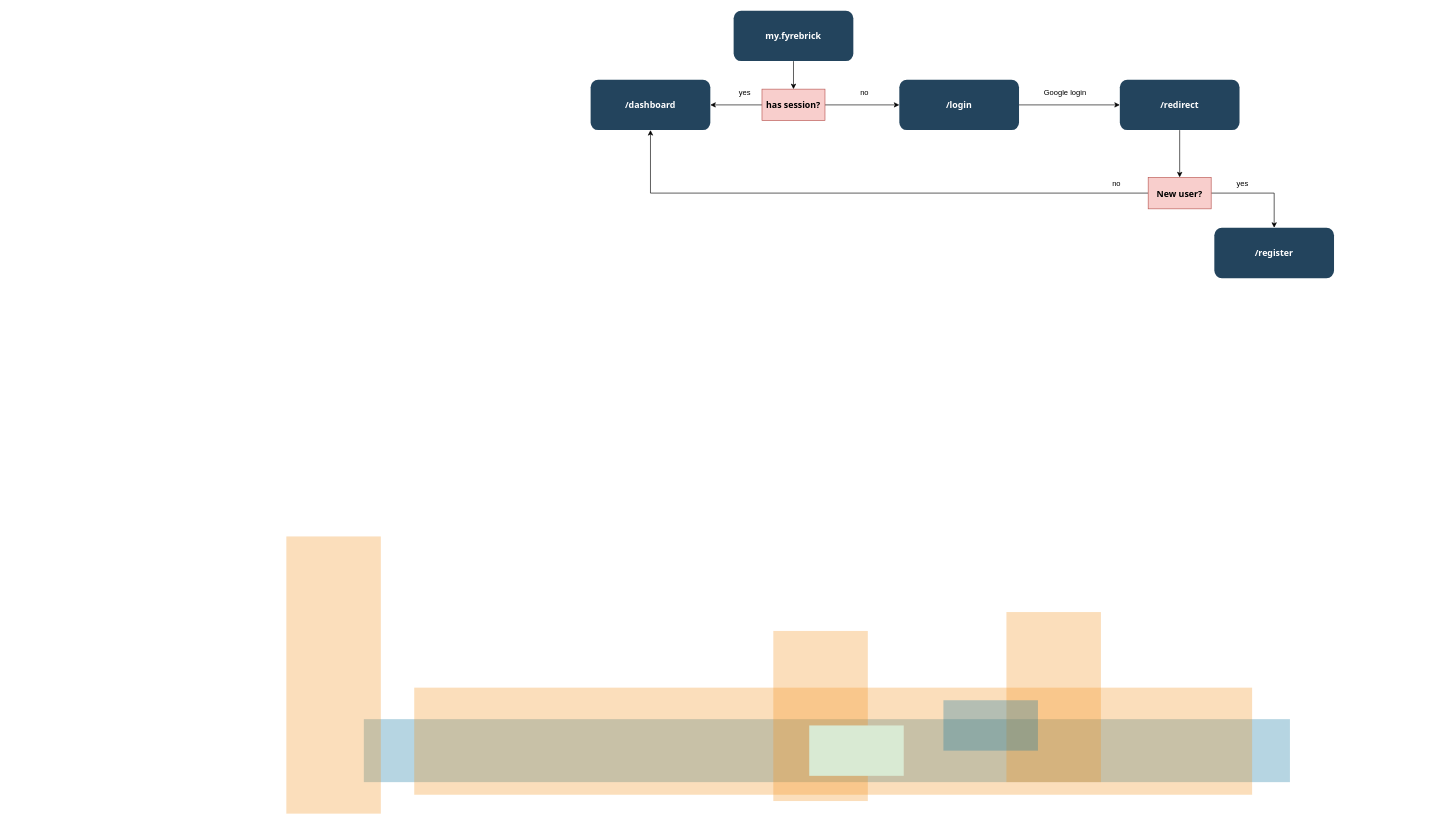
Earlier version of the draw.io diagram public/images/fyrebrick-map.drawio (fyrebrick/fyrebrick). Source tidied: cells renumbered, new cells numbered last; positions are measured from the earlier drawing's top-left corner, leaving out a move shared by most shapes. Both pictures are drawn from the tidied source at 63%, with x=0, y=0 at pixel (286, 11).
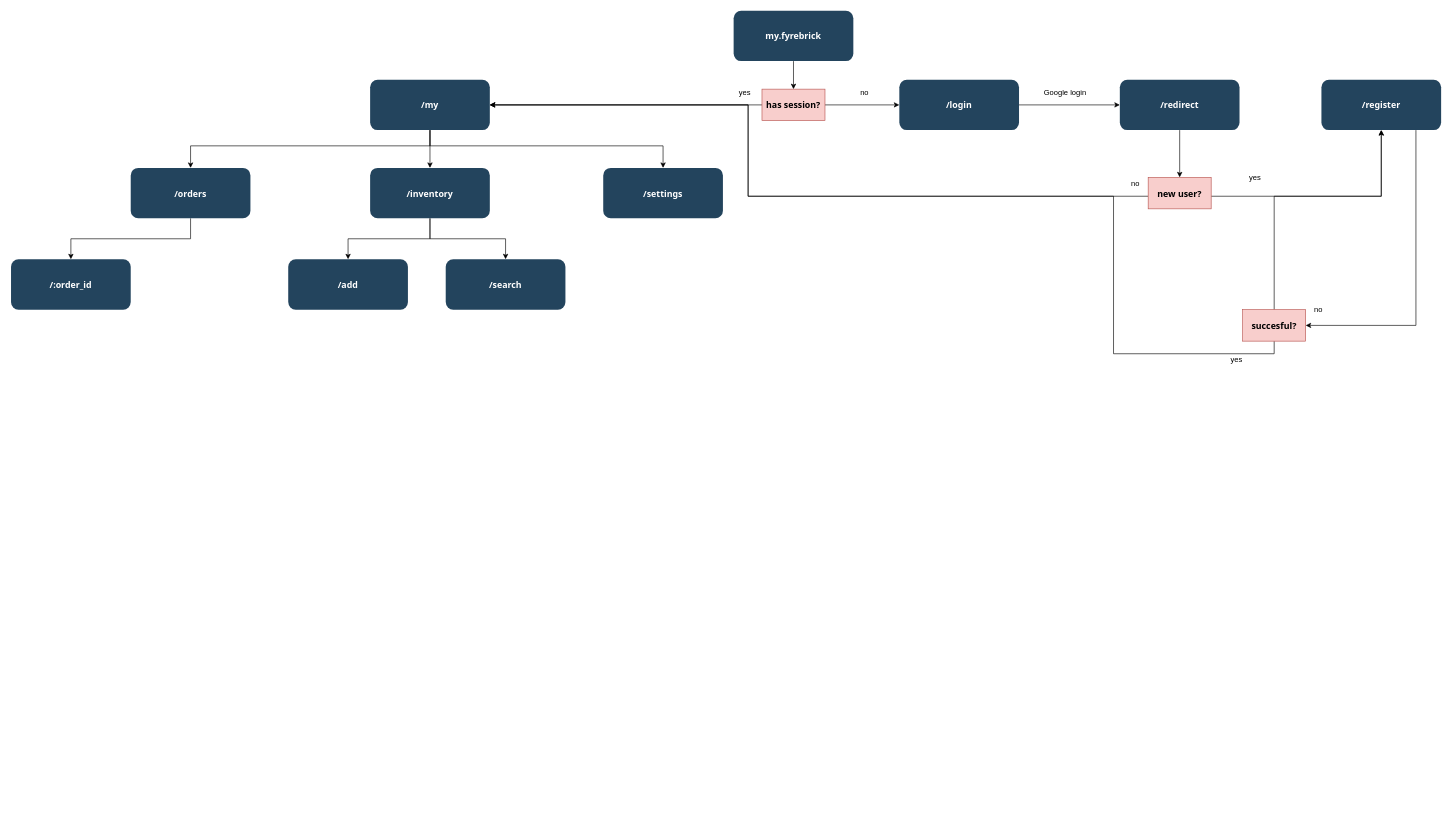
The same diagram, later.

Change to the diagram source:
```diff
@@
-    <mxCell id="2" style="fillColor=#10739E;strokeColor=none;opacity=30;" parent="1" vertex="1">
-      <mxGeometry x="123" y="1124" width="1470" height="100" as="geometry" />
-    </mxCell>
-    <mxCell id="3" style="fillColor=#F2931E;strokeColor=none;opacity=30;" parent="1" vertex="1">
-      <mxGeometry x="773" y="984" width="150" height="270" as="geometry" />
-    </mxCell>
-    <mxCell id="4" style="fillColor=#F2931E;strokeColor=none;opacity=30;" parent="1" vertex="1">
-      <mxGeometry x="1143" y="954" width="150" height="270" as="geometry" />
-    </mxCell>
-    <mxCell id="5" style="fillColor=#F2931E;strokeColor=none;opacity=30;" parent="1" vertex="1">
-      <mxGeometry y="834" width="150" height="440" as="geometry" />
-    </mxCell>
-    <mxCell id="6" style="fillColor=#F2931E;strokeColor=none;opacity=30;" parent="1" vertex="1">
-      <mxGeometry x="203" y="1074" width="1330" height="170" as="geometry" />
-    </mxCell>
-    <mxCell id="7" style="fillColor=#10739E;strokeColor=none;opacity=30;" parent="1" vertex="1">
-      <mxGeometry x="1043" y="1094" width="150" height="80" as="geometry" />
-    </mxCell>
-    <mxCell id="8" style="fillColor=#D9EAD3;strokeColor=none;" parent="1" vertex="1">
-      <mxGeometry x="830" y="1134" width="150" height="80" as="geometry" />
-    </mxCell>
@@
+    <mxCell id="28" style="edgeStyle=orthogonalEdgeStyle;rounded=0;jettySize=auto;html=1;" parent="1" edge="1" source="13" target="42">
+      <mxGeometry relative="1" as="geometry" />
+    </mxCell>
+    <mxCell id="29" style="edgeStyle=orthogonalEdgeStyle;rounded=0;jettySize=auto;html=1;entryX=0.5;entryY=0;entryDx=0;entryDy=0;" parent="1" edge="1" source="13" target="38">
+      <mxGeometry relative="1" as="geometry">
+        <Array as="points">
+          <mxPoint x="228" y="214" />
+          <mxPoint x="-152" y="214" />
+        </Array>
+      </mxGeometry>
+    </mxCell>
+    <mxCell id="30" style="edgeStyle=orthogonalEdgeStyle;rounded=0;jettySize=auto;html=1;" parent="1" edge="1" source="13" target="39">
+      <mxGeometry relative="1" as="geometry">
+        <Array as="points">
+          <mxPoint x="228" y="214" />
+          <mxPoint x="598" y="214" />
+        </Array>
+      </mxGeometry>
+    </mxCell>
-    <mxCell id="13" value="/dashboard" style="rounded=1;fillColor=#23445D;gradientColor=none;strokeColor=none;fontColor=#FFFFFF;fontStyle=1;fontFamily=Tahoma;fontSize=14;" parent="1" vertex="1">
-      <mxGeometry x="483" y="109" width="190" height="80" as="geometry" />
+    <mxCell id="13" value="/my" style="rounded=1;fillColor=#23445D;gradientColor=none;strokeColor=none;fontColor=#FFFFFF;fontStyle=1;fontFamily=Tahoma;fontSize=14;" parent="1" vertex="1">
+      <mxGeometry x="133" y="109" width="190" height="80" as="geometry" />
     </mxCell>
@@
+    <mxCell id="18" style="edgeStyle=orthogonalEdgeStyle;rounded=0;jettySize=auto;html=1;" parent="1" edge="1" source="19" target="13">
+      <mxGeometry relative="1" as="geometry">
+        <Array as="points">
+          <mxPoint x="733" y="294" />
+          <mxPoint x="733" y="149" />
+        </Array>
+      </mxGeometry>
+    </mxCell>
-    <mxCell id="17" style="edgeStyle=orthogonalEdgeStyle;rounded=0;jettySize=auto;html=1;entryX=0.5;entryY=0;entryDx=0;entryDy=0;" parent="1" edge="1" source="19" target="20">
-      <mxGeometry relative="1" as="geometry" />
+    <mxCell id="17" style="edgeStyle=orthogonalEdgeStyle;rounded=0;jettySize=auto;html=1;" parent="1" edge="1" source="19" target="20">
+      <mxGeometry relative="1" as="geometry">
+        <Array as="points">
+          <mxPoint x="1738" y="294" />
+        </Array>
+      </mxGeometry>
     </mxCell>
-    <mxCell id="18" style="edgeStyle=orthogonalEdgeStyle;rounded=0;jettySize=auto;html=1;" parent="1" edge="1" source="19" target="13">
-      <mxGeometry relative="1" as="geometry" />
-    </mxCell>
-    <mxCell id="19" value="New user?" style="rounded=1;fillColor=#f8cecc;strokeColor=#b85450;fontStyle=1;fontFamily=Tahoma;fontSize=14;arcSize=0;" parent="1" vertex="1">
+    <mxCell id="19" value="new user?" style="rounded=1;fillColor=#f8cecc;strokeColor=#b85450;fontStyle=1;fontFamily=Tahoma;fontSize=14;arcSize=0;" parent="1" vertex="1">
       <mxGeometry x="1368" y="264" width="100" height="50" as="geometry" />
     </mxCell>
+    <mxCell id="31" style="edgeStyle=orthogonalEdgeStyle;rounded=0;jettySize=auto;html=1;" parent="1" edge="1" source="20" target="34">
+      <mxGeometry relative="1" as="geometry">
+        <Array as="points">
+          <mxPoint x="1793" y="499" />
+        </Array>
+      </mxGeometry>
+    </mxCell>
     <mxCell id="20" value="/register" style="rounded=1;fillColor=#23445D;gradientColor=none;strokeColor=none;fontColor=#FFFFFF;fontStyle=1;fontFamily=Tahoma;fontSize=14;" parent="1" vertex="1">
-      <mxGeometry x="1473" y="344" width="190" height="80" as="geometry" />
+      <mxGeometry x="1643" y="109" width="190" height="80" as="geometry" />
     </mxCell>
@@
     <mxCell id="26" value="yes" style="text;html=1;strokeColor=none;fillColor=none;align=center;verticalAlign=middle;whiteSpace=wrap;rounded=0;" parent="1" vertex="1">
-      <mxGeometry x="1473" y="254" width="90" height="40" as="geometry" />
+      <mxGeometry x="1493" y="244" width="90" height="40" as="geometry" />
     </mxCell>
     <mxCell id="27" value="no" style="text;html=1;strokeColor=none;fillColor=none;align=center;verticalAlign=middle;whiteSpace=wrap;rounded=0;" parent="1" vertex="1">
-      <mxGeometry x="1273" y="254" width="90" height="40" as="geometry" />
+      <mxGeometry x="1303" y="254" width="90" height="40" as="geometry" />
     </mxCell>
+    <mxCell id="32" style="edgeStyle=orthogonalEdgeStyle;rounded=0;jettySize=auto;html=1;exitX=0.5;exitY=1;exitDx=0;exitDy=0;" parent="1" edge="1" source="34" target="13">
+      <mxGeometry relative="1" as="geometry">
+        <Array as="points">
+          <mxPoint x="1568" y="544" />
+          <mxPoint x="1313" y="544" />
+          <mxPoint x="1313" y="294" />
+          <mxPoint x="733" y="294" />
+          <mxPoint x="733" y="149" />
+        </Array>
+      </mxGeometry>
+    </mxCell>
+    <mxCell id="33" style="edgeStyle=orthogonalEdgeStyle;rounded=0;jettySize=auto;html=1;" parent="1" edge="1" source="34" target="20">
+      <mxGeometry relative="1" as="geometry">
+        <Array as="points">
+          <mxPoint x="1568" y="294" />
+          <mxPoint x="1738" y="294" />
+        </Array>
+      </mxGeometry>
+    </mxCell>
+    <mxCell id="34" value="succesful?" style="rounded=1;fillColor=#f8cecc;strokeColor=#b85450;fontStyle=1;fontFamily=Tahoma;fontSize=14;arcSize=0;" parent="1" vertex="1">
+      <mxGeometry x="1518" y="474" width="100" height="50" as="geometry" />
+    </mxCell>
+    <mxCell id="35" value="yes" style="text;html=1;align=center;verticalAlign=middle;" parent="1" vertex="1">
+      <mxGeometry x="1493" y="544" width="30" height="20" as="geometry" />
+    </mxCell>
+    <mxCell id="36" value="no" style="text;html=1;align=center;verticalAlign=middle;" parent="1" vertex="1">
+      <mxGeometry x="1623" y="464" width="30" height="20" as="geometry" />
+    </mxCell>
+    <mxCell id="37" style="edgeStyle=orthogonalEdgeStyle;rounded=0;jettySize=auto;html=1;" parent="1" edge="1" source="38" target="45">
+      <mxGeometry relative="1" as="geometry" />
+    </mxCell>
+    <mxCell id="38" value="/orders" style="rounded=1;fillColor=#23445D;gradientColor=none;strokeColor=none;fontColor=#FFFFFF;fontStyle=1;fontFamily=Tahoma;fontSize=14;" parent="1" vertex="1">
+      <mxGeometry x="-247" y="249" width="190" height="80" as="geometry" />
+    </mxCell>
+    <mxCell id="39" value="/settings" style="rounded=1;fillColor=#23445D;gradientColor=none;strokeColor=none;fontColor=#FFFFFF;fontStyle=1;fontFamily=Tahoma;fontSize=14;" parent="1" vertex="1">
+      <mxGeometry x="503" y="249" width="190" height="80" as="geometry" />
+    </mxCell>
+    <mxCell id="40" style="edgeStyle=orthogonalEdgeStyle;rounded=0;jettySize=auto;html=1;" parent="1" edge="1" source="42" target="43">
+      <mxGeometry relative="1" as="geometry" />
+    </mxCell>
+    <mxCell id="41" style="edgeStyle=orthogonalEdgeStyle;rounded=0;jettySize=auto;html=1;" parent="1" edge="1" source="42" target="44">
+      <mxGeometry relative="1" as="geometry" />
+    </mxCell>
+    <mxCell id="42" value="/inventory" style="rounded=1;fillColor=#23445D;gradientColor=none;strokeColor=none;fontColor=#FFFFFF;fontStyle=1;fontFamily=Tahoma;fontSize=14;" parent="1" vertex="1">
+      <mxGeometry x="133" y="249" width="190" height="80" as="geometry" />
+    </mxCell>
+    <mxCell id="43" value="/add" style="rounded=1;fillColor=#23445D;gradientColor=none;strokeColor=none;fontColor=#FFFFFF;fontStyle=1;fontFamily=Tahoma;fontSize=14;" parent="1" vertex="1">
+      <mxGeometry x="3" y="394" width="190" height="80" as="geometry" />
+    </mxCell>
+    <mxCell id="44" value="/search" style="rounded=1;fillColor=#23445D;gradientColor=none;strokeColor=none;fontColor=#FFFFFF;fontStyle=1;fontFamily=Tahoma;fontSize=14;" parent="1" vertex="1">
+      <mxGeometry x="253" y="394" width="190" height="80" as="geometry" />
+    </mxCell>
+    <mxCell id="45" value="/:order_id" style="rounded=1;fillColor=#23445D;gradientColor=none;strokeColor=none;fontColor=#FFFFFF;fontStyle=1;fontFamily=Tahoma;fontSize=14;" parent="1" vertex="1">
+      <mxGeometry x="-437" y="394" width="190" height="80" as="geometry" />
+    </mxCell>
```
